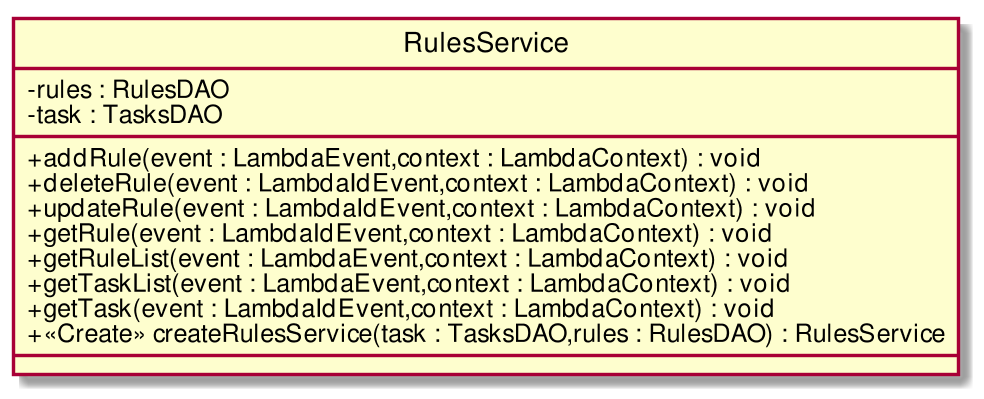
Before: RP/Esterni/DefinizioneDiProdotto/images/ClassRulesService.png, a diagram exported from PlantUML (CoCodeSWE/Docs). The source it was exported from:
```plantuml
@startuml
scale 1000*1000
skinparam classAttributeIconSize 0
class RulesService{
- rules : RulesDAO
- task : TasksDAO
__
+ addRule(event : LambdaEvent,context : LambdaContext) : void
+ deleteRule(event : LambdaIdEvent,context : LambdaContext) : void
+ updateRule(event : LambdaIdEvent,context : LambdaContext) : void
+ getRule(event : LambdaIdEvent,context : LambdaContext) : void
+ getRuleList(event : LambdaEvent,context : LambdaContext) : void
+ getTaskList(event : LambdaEvent,context : LambdaContext) : void
+ getTask(event : LambdaIdEvent,context : LambdaContext) : void
+ <<Create>> createRulesService(task : TasksDAO,rules : RulesDAO) : RulesService
__

}
hide circle
@enduml
```
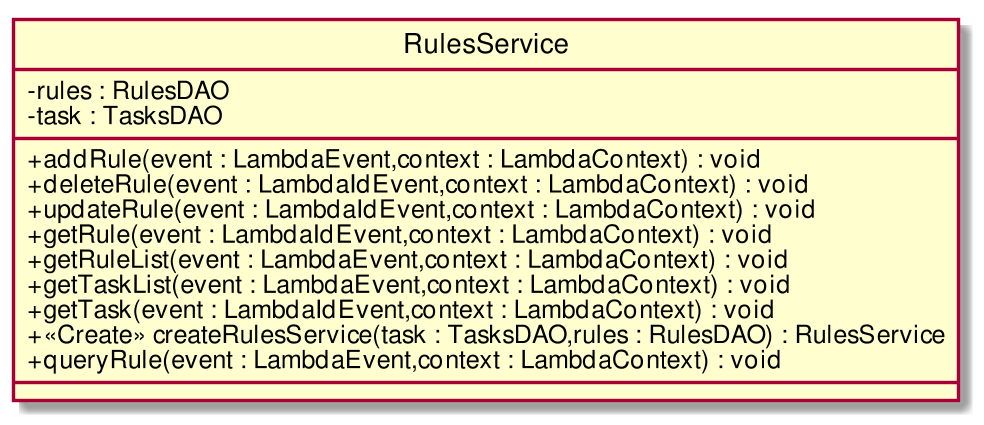
The same diagram one commit later.

Change to the diagram source:
```diff
@@ -13,6 +13,7 @@
 + getTaskList(event : LambdaEvent,context : LambdaContext) : void
 + getTask(event : LambdaIdEvent,context : LambdaContext) : void
 + <<Create>> createRulesService(task : TasksDAO,rules : RulesDAO) : RulesService
++ queryRule(event : LambdaEvent,context : LambdaContext) : void
 __
 
 }
```
